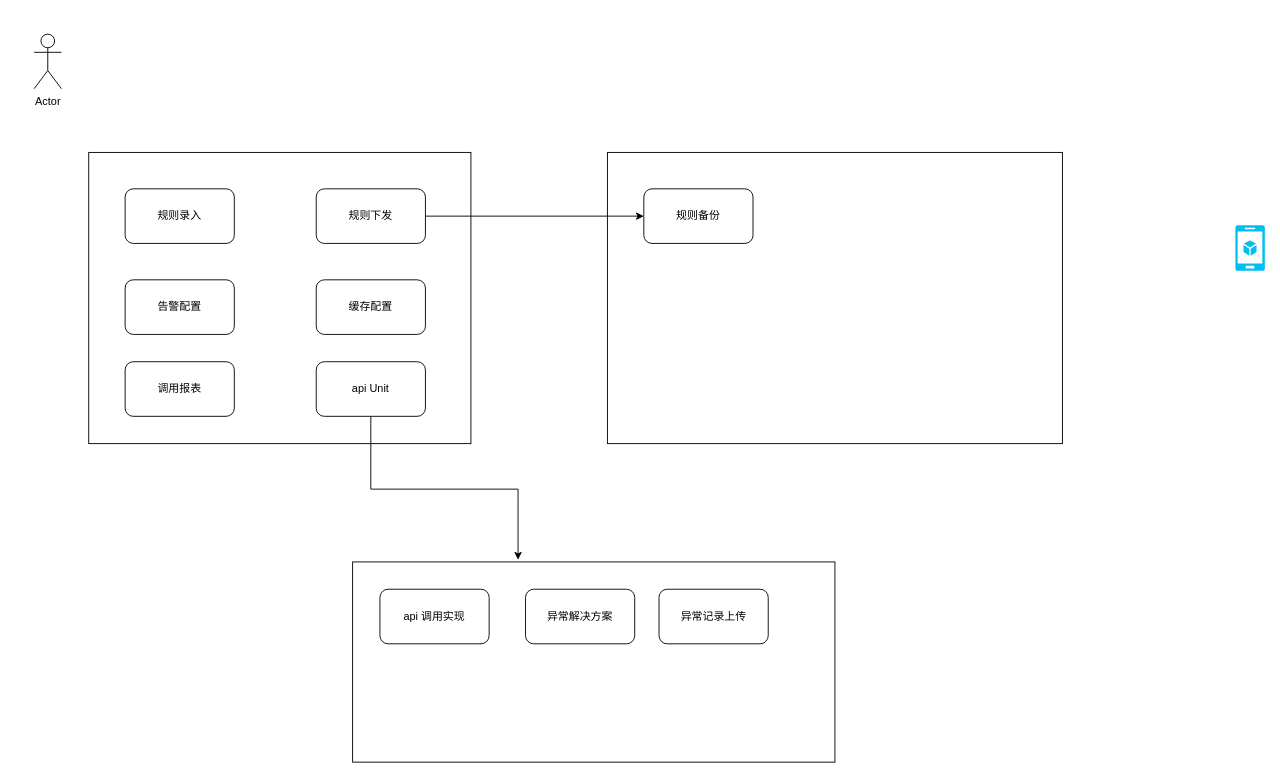
This is dfire/大盘鸡.drawio from SurpriseXiong/draw, a draw.io file, before an edit. Source tidied: cells renumbered, new cells numbered last; positions are measured from the earlier drawing's top-left corner, leaving out a move shared by most shapes. Both pictures are drawn from the tidied source at 91%, with x=0, y=0 at pixel (34, 34).
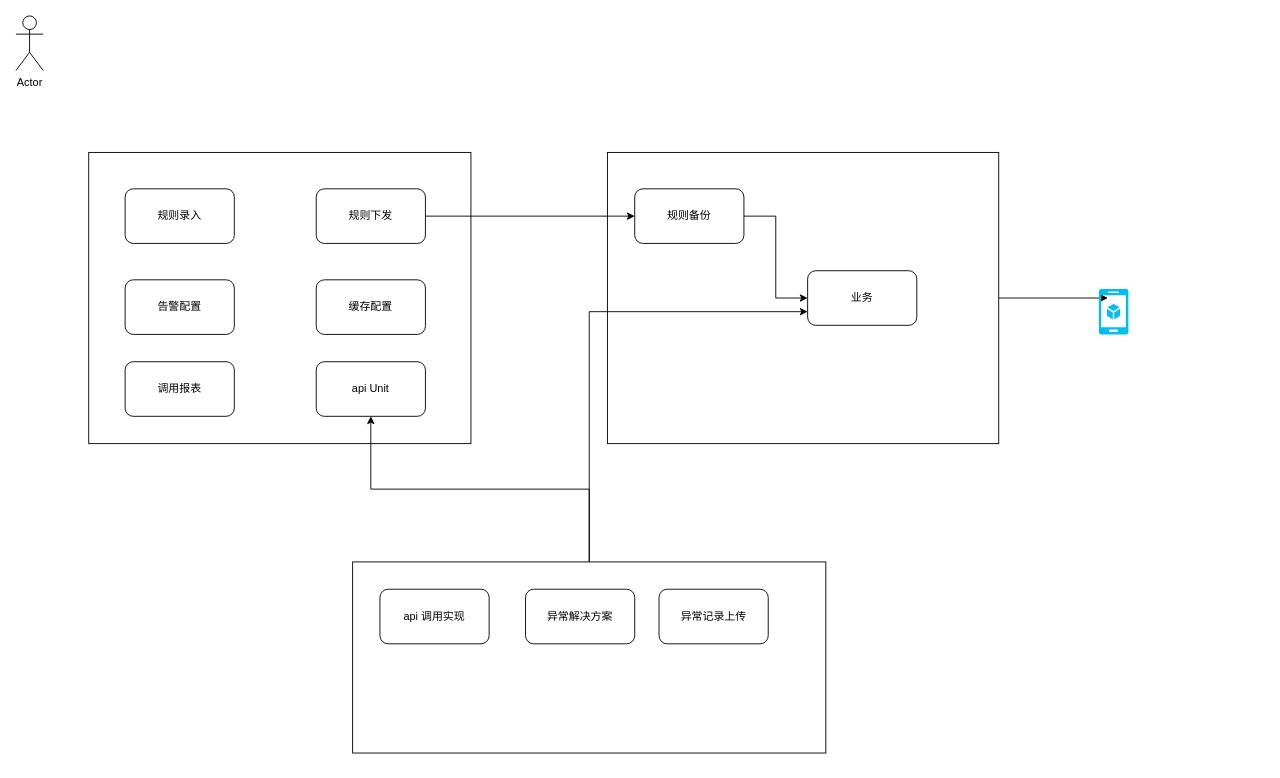
The same diagram, later.

The change refers to these unchanged cells:
```xml
<mxCell id="12" value="api Unit" style="rounded=1;whiteSpace=wrap;html=1;" parent="1" vertex="1">
  <mxGeometry x="310" y="360" width="120" height="60" as="geometry" />
</mxCell>
```

Diff of the diagram source:
```diff
@@
+    <mxCell id="19" style="edgeStyle=orthogonalEdgeStyle;rounded=0;jettySize=auto;html=1;entryX=0.308;entryY=0.2;entryDx=0;entryDy=0;entryPerimeter=0;" parent="1" edge="1" source="2" target="18">
+      <mxGeometry relative="1" as="geometry" />
+    </mxCell>
     <mxCell id="2" style="rounded=0;whiteSpace=wrap;html=1;" parent="1" vertex="1">
-      <mxGeometry x="630" y="130" width="500" height="320" as="geometry" />
+      <mxGeometry x="630" y="130" width="430" height="320" as="geometry" />
     </mxCell>
@@
     <mxCell id="4" value="Actor" style="shape=umlActor;verticalLabelPosition=bottom;labelBackgroundColor=#ffffff;verticalAlign=top;html=1;" parent="1" vertex="1">
-      <mxGeometry width="30" height="60" as="geometry" />
+      <mxGeometry x="-20" y="-20" width="30" height="60" as="geometry" />
     </mxCell>
@@
+    <mxCell id="20" style="edgeStyle=orthogonalEdgeStyle;rounded=0;jettySize=auto;html=1;exitX=1;exitY=0.5;exitDx=0;exitDy=0;entryX=0;entryY=0.5;entryDx=0;entryDy=0;" parent="1" edge="1" source="10" target="23">
+      <mxGeometry relative="1" as="geometry" />
+    </mxCell>
     <mxCell id="10" value="规则备份" style="rounded=1;whiteSpace=wrap;html=1;" parent="1" vertex="1">
-      <mxGeometry x="670" y="170" width="120" height="60" as="geometry" />
+      <mxGeometry x="660" y="170" width="120" height="60" as="geometry" />
     </mxCell>
-    <mxCell id="11" style="edgeStyle=orthogonalEdgeStyle;rounded=0;jettySize=auto;html=1;exitX=0.5;exitY=1;exitDx=0;exitDy=0;entryX=0.343;entryY=-0.011;entryDx=0;entryDy=0;entryPerimeter=0;" parent="1" edge="1" source="12" target="13">
-      <mxGeometry relative="1" as="geometry" />
-    </mxCell>
@@
+    <mxCell id="21" style="edgeStyle=orthogonalEdgeStyle;rounded=0;jettySize=auto;html=1;exitX=0.5;exitY=0;exitDx=0;exitDy=0;entryX=0;entryY=0.75;entryDx=0;entryDy=0;" parent="1" edge="1" source="13" target="23">
+      <mxGeometry relative="1" as="geometry" />
+    </mxCell>
+    <mxCell id="22" style="edgeStyle=orthogonalEdgeStyle;rounded=0;jettySize=auto;html=1;exitX=0.5;exitY=0;exitDx=0;exitDy=0;" parent="1" edge="1" source="13" target="12">
+      <mxGeometry relative="1" as="geometry" />
+    </mxCell>
     <mxCell id="13" style="rounded=0;whiteSpace=wrap;html=1;" parent="1" vertex="1">
-      <mxGeometry x="350" y="580" width="530" height="220" as="geometry" />
+      <mxGeometry x="350" y="580" width="520" height="210" as="geometry" />
     </mxCell>
@@
     <mxCell id="18" style="verticalLabelPosition=bottom;html=1;verticalAlign=top;align=center;strokeColor=none;fillColor=#00BEF2;shape=mxgraph.azure.mobile_services;" parent="1" vertex="1">
-      <mxGeometry x="1320" y="210" width="32.5" height="50" as="geometry" />
+      <mxGeometry x="1170" y="280" width="32.5" height="50" as="geometry" />
     </mxCell>
+    <mxCell id="23" value="业务" style="rounded=1;whiteSpace=wrap;html=1;" parent="1" vertex="1">
+      <mxGeometry x="850" y="260" width="120" height="60" as="geometry" />
+    </mxCell>
```
